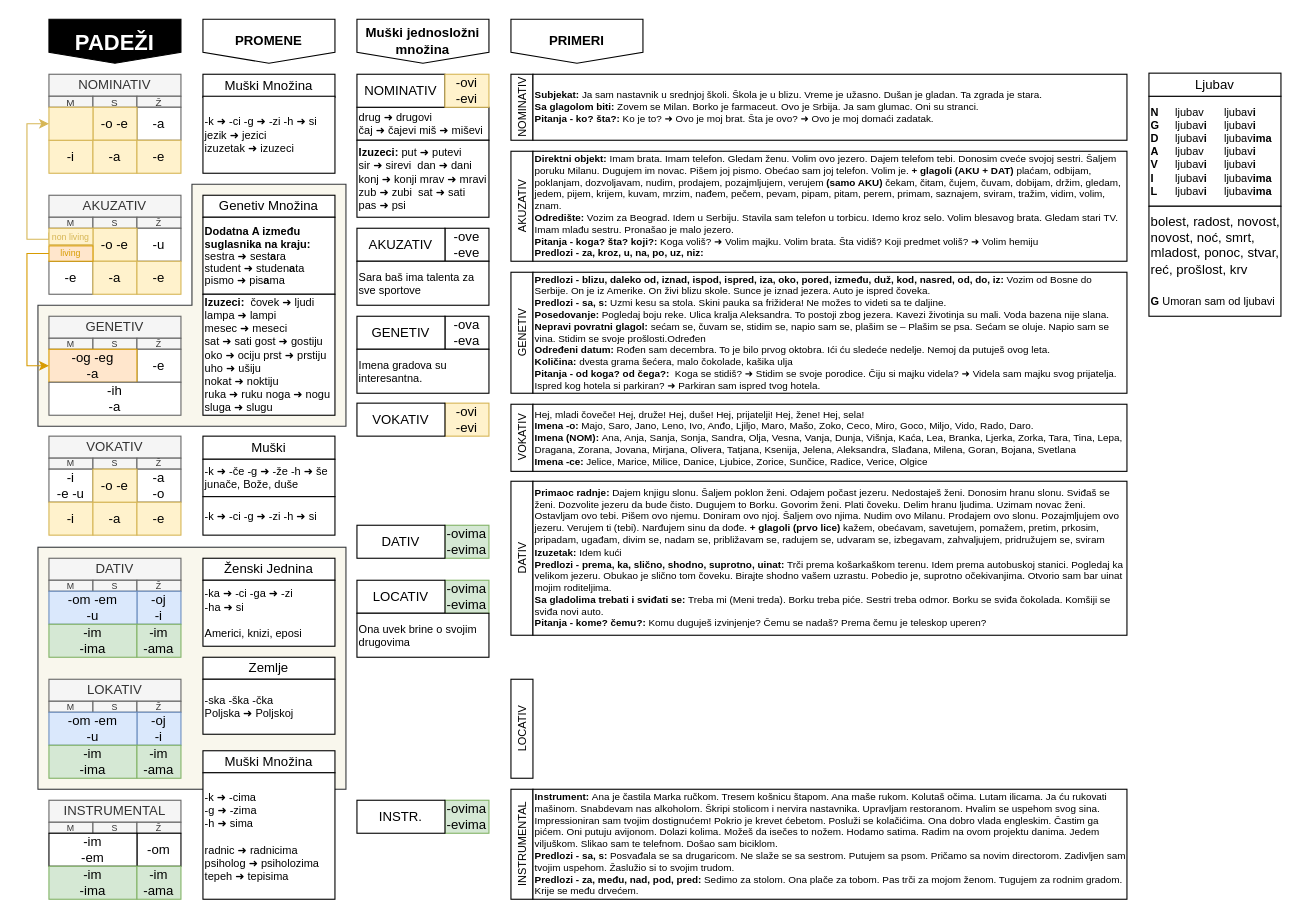
Above: padezi.drawio in vlandivir/srpski (draw.io), before the change. Source tidied: cells renumbered, new cells numbered last; positions are measured from the earlier drawing's top-left corner, leaving out a move shared by most shapes. Both pictures are drawn from the tidied source at 110%, with x=0, y=0 at pixel (26, 19).
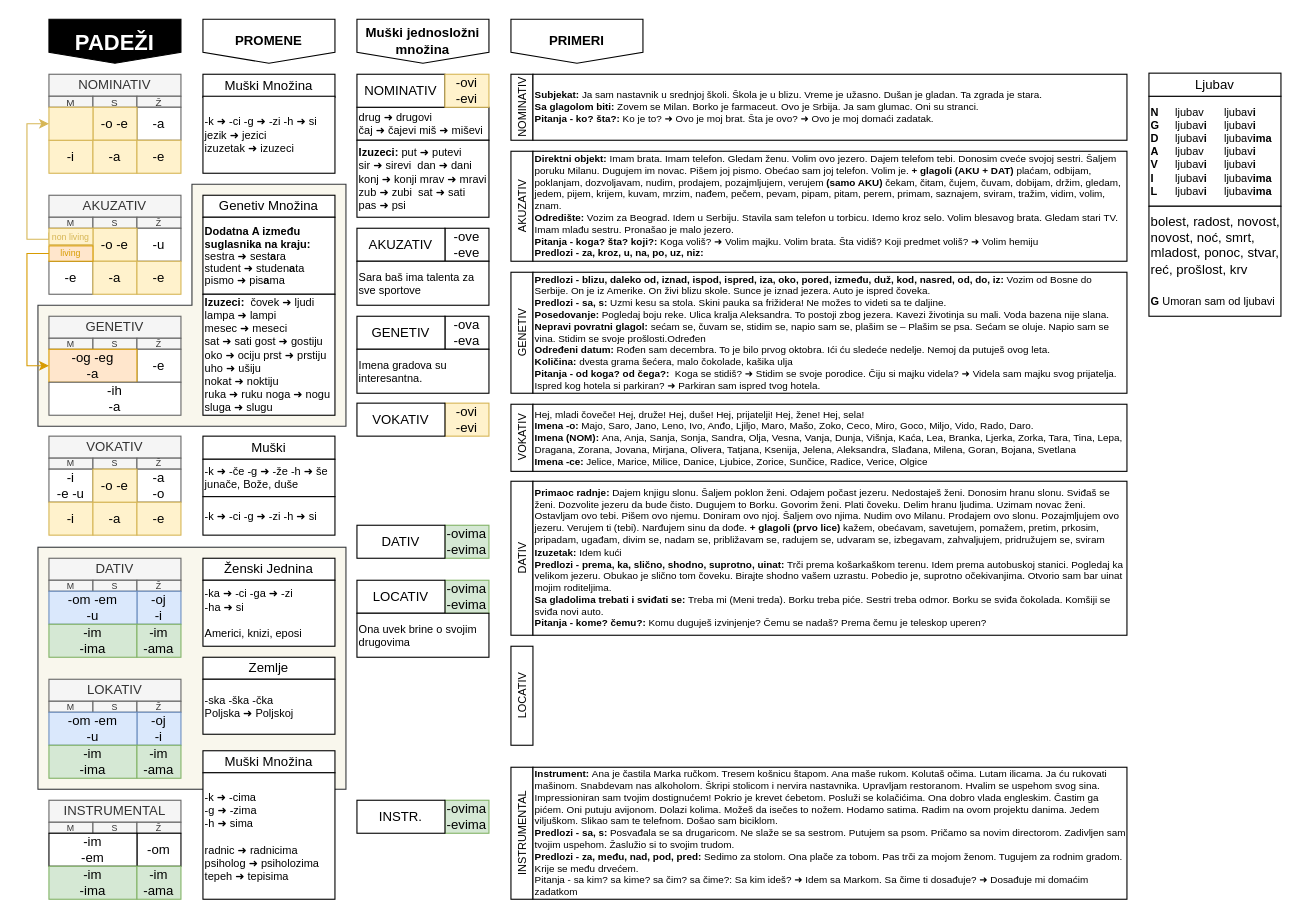
The same diagram, later.

Change to the diagram source:
```diff
@@
     <mxCell id="100" value="LOCATIV" style="rounded=0;whiteSpace=wrap;html=1;fontSize=10;horizontal=0;" parent="1" vertex="1">
-      <mxGeometry x="440" y="600" width="20" height="90" as="geometry" />
+      <mxGeometry x="440" y="570" width="20" height="90" as="geometry" />
     </mxCell>
     <mxCell id="101" value="INSTRUMENTAL" style="rounded=0;whiteSpace=wrap;html=1;fontSize=10;horizontal=0;" parent="1" vertex="1">
-      <mxGeometry x="440" y="700" width="20" height="100" as="geometry" />
+      <mxGeometry x="440" y="680" width="20" height="120" as="geometry" />
     </mxCell>
@@
-    <mxCell id="119" value="&lt;b&gt;Instrument: &lt;/b&gt;Ana je častila Marka ručkom. Tresem košnicu štapom. Ana maše rukom. Kolutaš očima. Lutam ilicama. Ja ću rukovati mašinom. Snabdevam nas alkoholom. Škripi stolicom i nervira nastavnika. Upravljam restoranom. Hvalim se uspehom svog sina. Impressioniran sam tvojim dostignućem! Pokrio je krevet ćebetom. Posluži se kolačićima. Ona dobro vlada engleskim. Častim ga pićem. Oni putuju avijonom. Dolazi kolima. Možeš da isečes to nožem. Hodamo satima. Radim na ovom projektu danima. Jedem viljuškom. Slikao sam te telefnom. Došao sam biciklom.&lt;div&gt;&lt;b style=&quot;border-color: var(--border-color);&quot;&gt;Predlozi - sa, s: &lt;/b&gt;Posvađala se sa drugaricom. Ne slaže se sa sestrom. Putujem sa psom. Pričamo sa novim directorom. Zadivljen sam tvojim uspehom. Žaslužio si to svojim trudom.&lt;br&gt;&lt;b style=&quot;border-color: var(--border-color);&quot;&gt;Predlozi - za, među, nad, pod, pred&lt;/b&gt;&lt;b style=&quot;border-color: var(--border-color);&quot;&gt;: &lt;/b&gt;Sedimo za stolom. Ona plače za tobom. Pas trči za mojom ženom. Tugujem za rodnim gradom. Krije se među drvećem.&lt;/div&gt;" style="rounded=0;whiteSpace=wrap;html=1;align=left;fontSize=9;" parent="1" vertex="1">
-      <mxGeometry x="460" y="700" width="540" height="100" as="geometry" />
+    <mxCell id="119" value="&lt;b&gt;Instrument: &lt;/b&gt;Ana je častila Marka ručkom. Tresem košnicu štapom. Ana maše rukom. Kolutaš očima. Lutam ilicama. Ja ću rukovati mašinom. Snabdevam nas alkoholom. Škripi stolicom i nervira nastavnika. Upravljam restoranom. Hvalim se uspehom svog sina. Impressioniran sam tvojim dostignućem! Pokrio je krevet ćebetom. Posluži se kolačićima. Ona dobro vlada engleskim. Častim ga pićem. Oni putuju avijonom. Dolazi kolima. Možeš da isečes to nožem. Hodamo satima. Radim na ovom projektu danima. Jedem viljuškom. Slikao sam te telefnom. Došao sam biciklom.&lt;div&gt;&lt;b style=&quot;border-color: var(--border-color);&quot;&gt;Predlozi - sa, s: &lt;/b&gt;Posvađala se sa drugaricom. Ne slaže se sa sestrom. Putujem sa psom. Pričamo sa novim directorom. Zadivljen sam tvojim uspehom. Žaslužio si to svojim trudom.&lt;br&gt;&lt;b style=&quot;border-color: var(--border-color);&quot;&gt;Predlozi - za, među, nad, pod, pred&lt;/b&gt;&lt;b style=&quot;border-color: var(--border-color);&quot;&gt;: &lt;/b&gt;Sedimo za stolom. Ona plače za tobom. Pas trči za mojom ženom. Tugujem za rodnim gradom. Krije se među drvećem.&lt;br&gt;Pitanja - sa kim? sa kime? sa čim? sa čime?: Sa kim ideš?&amp;nbsp;➜ Idem sa Markom. Sa čime ti dosađuje?&amp;nbsp;➜ Dosađuje mi domaćim zadatkom&lt;/div&gt;" style="rounded=0;whiteSpace=wrap;html=1;align=left;fontSize=9;" parent="1" vertex="1">
+      <mxGeometry x="460" y="680" width="540" height="120" as="geometry" />
     </mxCell>
```
